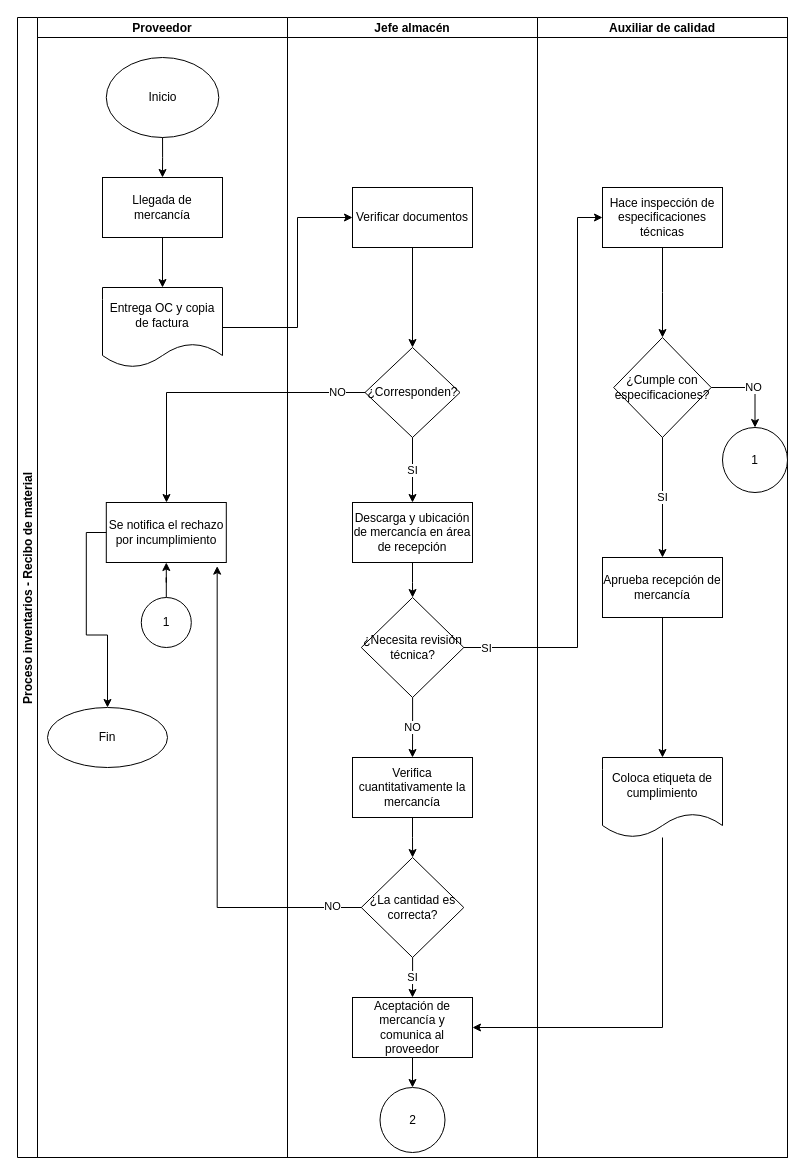
Earlier version of the draw.io diagram page "Page-1" (1 of 2) of 172285_Arandia_Recibo de material.drawio (FerAran/Flowchart). Source tidied: cells renumbered, new cells numbered last; positions are measured from the earlier drawing's top-left corner, leaving out a move shared by most shapes. Both pictures are drawn from the tidied source at 100%, with x=0, y=0 at pixel (17, 17).
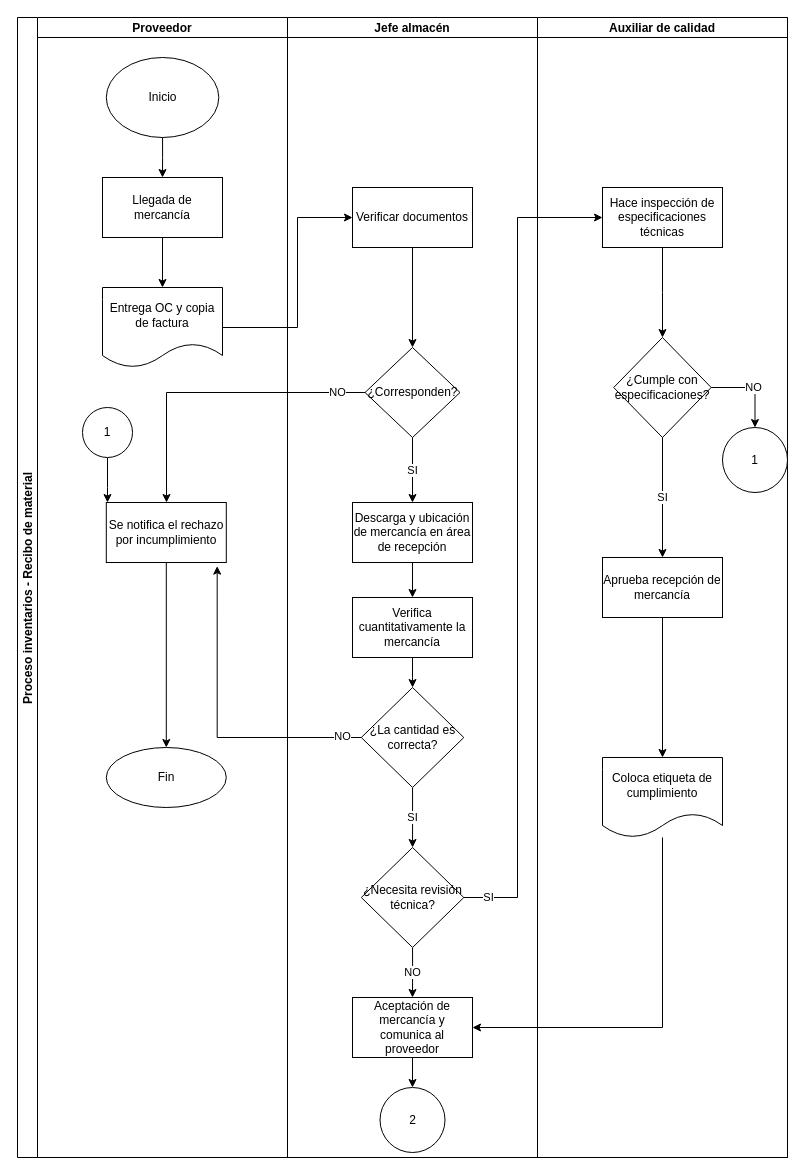
After the change.

The change refers to these unchanged cells:
```xml
<mxCell id="2" value="Proceso inventarios - Recibo de material" style="swimlane;startSize=20;horizontal=0;" parent="1" vertex="1">
  <mxGeometry width="770" height="1140" as="geometry" />
</mxCell>
<mxCell id="3" value="Proveedor" style="swimlane;startSize=20;" parent="2" vertex="1">
  <mxGeometry x="20" width="250" height="1140" as="geometry" />
</mxCell>
<mxCell id="9" value="Se notifica el rechazo por incumplimiento" style="whiteSpace=wrap;html=1;" parent="3" vertex="1">
  <mxGeometry x="68.8" y="485" width="120" height="60" as="geometry" />
</mxCell>
<mxCell id="14" value="Jefe almacén" style="swimlane;startSize=20;" parent="2" vertex="1">
  <mxGeometry x="270" width="250" height="1140" as="geometry" />
</mxCell>
<mxCell id="19" value="Descarga y ubicación de mercancía en área de recepción" style="whiteSpace=wrap;html=1;" parent="14" vertex="1">
  <mxGeometry x="65" y="485" width="120" height="60" as="geometry" />
</mxCell>
<mxCell id="28" value="Aceptación de mercancía y comunica al proveedor" style="whiteSpace=wrap;html=1;" parent="14" vertex="1">
  <mxGeometry x="65" y="980" width="120" height="60" as="geometry" />
</mxCell>
<mxCell id="31" value="Hace inspección de especificaciones técnicas" style="whiteSpace=wrap;html=1;" parent="30" vertex="1">
  <mxGeometry x="65" y="170" width="120" height="60" as="geometry" />
</mxCell>
```

Change to the diagram source:
```diff
@@
     <mxCell id="10" style="edgeStyle=orthogonalEdgeStyle;rounded=0;jettySize=auto;html=1;" parent="3" edge="1" source="11" target="9">
-      <mxGeometry relative="1" as="geometry" />
+      <mxGeometry relative="1" as="geometry">
+        <Array as="points">
+          <mxPoint x="70" y="470" />
+          <mxPoint x="70" y="470" />
+        </Array>
+      </mxGeometry>
     </mxCell>
     <mxCell id="11" value="1" style="ellipse;whiteSpace=wrap;html=1;" parent="3" vertex="1">
-      <mxGeometry x="103.8" y="580" width="50" height="50" as="geometry" />
+      <mxGeometry x="45" y="390" width="50" height="50" as="geometry" />
     </mxCell>
     <mxCell id="12" value="Fin" style="ellipse;whiteSpace=wrap;html=1;" parent="3" vertex="1">
-      <mxGeometry x="10" y="690" width="120" height="60" as="geometry" />
+      <mxGeometry x="68.8" y="730" width="120" height="60" as="geometry" />
     </mxCell>
-    <mxCell id="13" style="edgeStyle=orthogonalEdgeStyle;rounded=0;jettySize=auto;html=1;exitX=0;exitY=0.5;exitDx=0;exitDy=0;" parent="3" edge="1" source="9" target="12">
+    <mxCell id="13" style="edgeStyle=orthogonalEdgeStyle;rounded=0;jettySize=auto;html=1;" parent="3" edge="1" source="9" target="12">
       <mxGeometry relative="1" as="geometry" />
     </mxCell>
@@
-    <mxCell id="18" style="edgeStyle=orthogonalEdgeStyle;rounded=0;jettySize=auto;html=1;" parent="14" edge="1" source="19" target="22">
-      <mxGeometry relative="1" as="geometry" />
-    </mxCell>
+    <mxCell id="47" style="edgeStyle=orthogonalEdgeStyle;rounded=0;jettySize=auto;html=1;" parent="14" edge="1" source="19" target="24">
+      <mxGeometry relative="1" as="geometry" />
+    </mxCell>
@@
-    <mxCell id="21" value="NO" style="edgeStyle=orthogonalEdgeStyle;rounded=0;jettySize=auto;html=1;" parent="14" edge="1" source="22" target="24">
-      <mxGeometry relative="1" as="geometry" />
-    </mxCell>
-    <mxCell id="22" value="¿Necesita revisión técnica?" style="rhombus;whiteSpace=wrap;html=1;" parent="14" vertex="1">
-      <mxGeometry x="73.8" y="580" width="102.5" height="100" as="geometry" />
-    </mxCell>
@@
     <mxCell id="24" value="Verifica cuantitativamente la mercancía" style="whiteSpace=wrap;html=1;" parent="14" vertex="1">
-      <mxGeometry x="65" y="740" width="120" height="60" as="geometry" />
+      <mxGeometry x="65" y="580" width="120" height="60" as="geometry" />
     </mxCell>
-    <mxCell id="25" value="SI" style="edgeStyle=orthogonalEdgeStyle;rounded=0;jettySize=auto;html=1;" parent="14" edge="1" source="26" target="28">
+    <mxCell id="25" value="NO" style="edgeStyle=orthogonalEdgeStyle;rounded=0;jettySize=auto;html=1;exitX=0.5;exitY=1;exitDx=0;exitDy=0;" parent="14" edge="1" source="22" target="28">
       <mxGeometry relative="1" as="geometry" />
     </mxCell>
+    <mxCell id="48" value="SI" style="edgeStyle=orthogonalEdgeStyle;rounded=0;jettySize=auto;html=1;" parent="14" edge="1" source="26" target="22">
+      <mxGeometry relative="1" as="geometry" />
+    </mxCell>
     <mxCell id="26" value="¿La cantidad es correcta?" style="rhombus;whiteSpace=wrap;html=1;" parent="14" vertex="1">
-      <mxGeometry x="73.8" y="840" width="102.5" height="100" as="geometry" />
+      <mxGeometry x="73.8" y="670" width="102.5" height="100" as="geometry" />
     </mxCell>
@@
+    <mxCell id="22" value="¿Necesita revisión técnica?" style="rhombus;whiteSpace=wrap;html=1;" parent="14" vertex="1">
+      <mxGeometry x="73.8" y="830" width="102.5" height="100" as="geometry" />
+    </mxCell>
@@
-    <mxCell id="39" style="edgeStyle=orthogonalEdgeStyle;rounded=0;jettySize=auto;html=1;" parent="2" edge="1" source="22" target="31">
-      <mxGeometry relative="1" as="geometry">
-        <Array as="points">
-          <mxPoint x="560" y="630" />
-          <mxPoint x="560" y="200" />
-        </Array>
-      </mxGeometry>
-    </mxCell>
-    <mxCell id="40" value="SI" style="edgeLabel;html=1;align=center;verticalAlign=middle;" parent="39" vertex="1">
-      <mxGeometry x="-0.76" y="-1" relative="1" as="geometry">
-        <mxPoint x="-46" y="-1" as="offset" />
-      </mxGeometry>
-    </mxCell>
@@
+    <mxCell id="39" value="SI" style="edgeStyle=orthogonalEdgeStyle;rounded=0;jettySize=auto;html=1;exitX=1;exitY=0.5;exitDx=0;exitDy=0;entryX=0;entryY=0.5;entryDx=0;entryDy=0;" parent="2" edge="1" source="22" target="31">
+      <mxGeometry x="-0.94" relative="1" as="geometry">
+        <Array as="points">
+          <mxPoint x="500" y="880" />
+          <mxPoint x="500" y="200" />
+        </Array>
+      </mxGeometry>
+    </mxCell>
```
